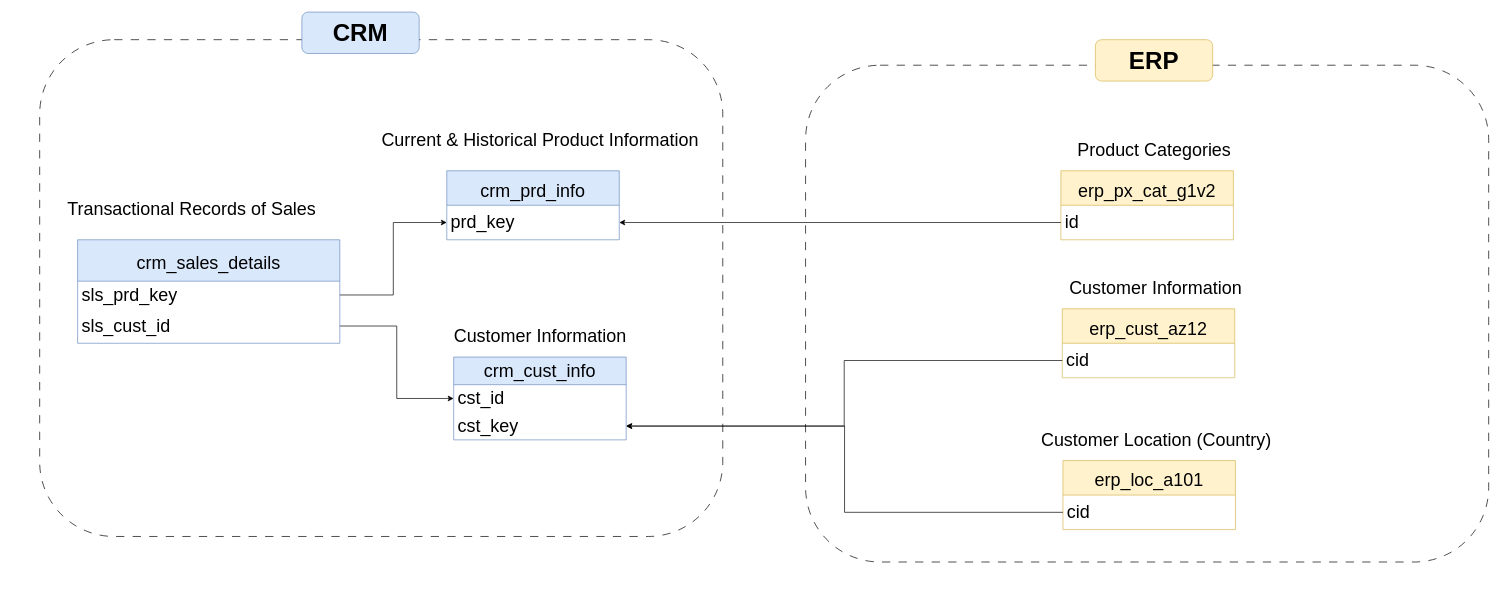
Above: documents/Integration_Model.drawio in DominicSamoes/data_warehouse (draw.io), before the change. Source tidied: cells renumbered, new cells numbered last; positions are measured from the earlier drawing's top-left corner, leaving out a move shared by most shapes. Both pictures are drawn from the tidied source at 69%, with x=0, y=0 at pixel (12, 12).
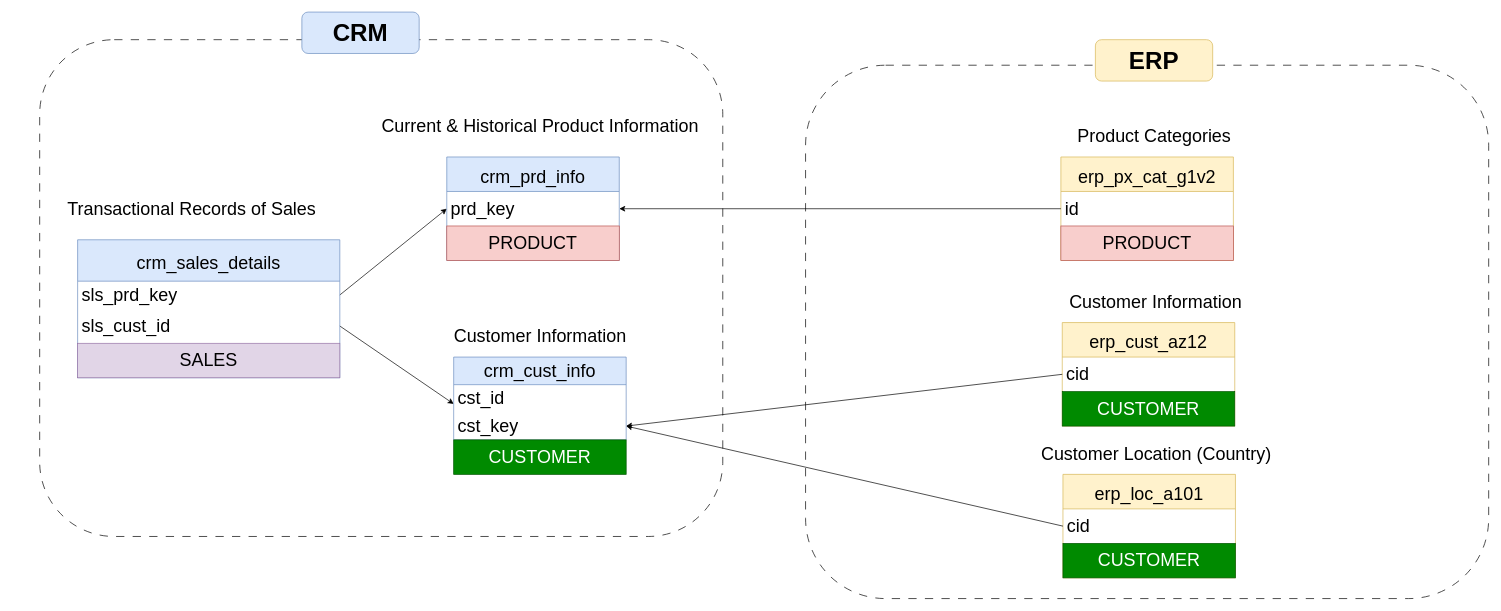
The same page after the edit.

Unchanged cells that the change refers to:
```xml
<mxCell id="6" style="group;" parent="1" vertex="1">
  <mxGeometry x="610" y="180" width="310" height="150" as="geometry" />
</mxCell>
<mxCell id="8" value="prd_key" style="text;strokeColor=none;fillColor=none;align=left;verticalAlign=middle;spacingLeft=4;spacingRight=4;overflow=hidden;points=[[0,0.5],[1,0.5]];portConstraint=eastwest;whiteSpace=wrap;html=1;fontSize=26;" parent="7" vertex="1">
  <mxGeometry y="50" width="250" height="50" as="geometry" />
</mxCell>
<mxCell id="12" value="cst_id" style="text;strokeColor=none;fillColor=none;align=left;verticalAlign=middle;spacingLeft=4;spacingRight=4;overflow=hidden;points=[[0,0.5],[1,0.5]];portConstraint=eastwest;whiteSpace=wrap;html=1;fontSize=26;" parent="11" vertex="1">
  <mxGeometry y="40" width="250" height="40" as="geometry" />
</mxCell>
<mxCell id="13" value="cst_key" style="text;strokeColor=none;fillColor=none;align=left;verticalAlign=middle;spacingLeft=4;spacingRight=4;overflow=hidden;points=[[0,0.5],[1,0.5]];portConstraint=eastwest;whiteSpace=wrap;html=1;fontSize=26;" parent="11" vertex="1">
  <mxGeometry y="80" width="250" height="40" as="geometry" />
</mxCell>
<mxCell id="15" style="group;" parent="1" vertex="1">
  <mxGeometry y="255" width="520" height="215" as="geometry" />
</mxCell>
<mxCell id="17" value="sls_prd_key" style="text;strokeColor=none;fillColor=none;align=left;verticalAlign=middle;spacingLeft=4;spacingRight=4;overflow=hidden;points=[[0,0.5],[1,0.5]];portConstraint=eastwest;whiteSpace=wrap;html=1;fontSize=26;" parent="16" vertex="1">
  <mxGeometry y="60" width="380" height="40" as="geometry" />
</mxCell>
<mxCell id="18" value="sls_cust_id" style="text;strokeColor=none;fillColor=none;align=left;verticalAlign=middle;spacingLeft=4;spacingRight=4;overflow=hidden;points=[[0,0.5],[1,0.5]];portConstraint=eastwest;whiteSpace=wrap;html=1;fontSize=26;" parent="16" vertex="1">
  <mxGeometry y="100" width="380" height="50" as="geometry" />
</mxCell>
<mxCell id="22" value="cid" style="text;strokeColor=none;fillColor=none;align=left;verticalAlign=middle;spacingLeft=4;spacingRight=4;overflow=hidden;points=[[0,0.5],[1,0.5]];portConstraint=eastwest;whiteSpace=wrap;html=1;fontSize=26;" parent="21" vertex="1">
  <mxGeometry y="50" width="250" height="50" as="geometry" />
</mxCell>
<mxCell id="25" style="group;" parent="1" vertex="1">
  <mxGeometry x="1503" y="600" width="310" height="150" as="geometry" />
</mxCell>
<mxCell id="27" value="cid" style="text;strokeColor=none;fillColor=none;align=left;verticalAlign=middle;spacingLeft=4;spacingRight=4;overflow=hidden;points=[[0,0.5],[1,0.5]];portConstraint=eastwest;whiteSpace=wrap;html=1;fontSize=26;" parent="26" vertex="1">
  <mxGeometry y="50" width="250" height="50" as="geometry" />
</mxCell>
```

What changed in the source:
```diff
@@
     <mxCell id="3" style="rounded=1;whiteSpace=wrap;html=1;fillColor=none;dashed=1;dashPattern=12 12;" parent="1" vertex="1">
-      <mxGeometry x="1150" y="77" width="990" height="720" as="geometry" />
+      <mxGeometry x="1150" y="77" width="990" height="773" as="geometry" />
     </mxCell>
-    <mxCell id="4" style="edgeStyle=orthogonalEdgeStyle;html=1;entryX=0;entryY=0.5;entryDx=0;entryDy=0;exitX=1;exitY=0.5;exitDx=0;exitDy=0;rounded=0;curved=0;" parent="1" edge="1" source="18" target="12">
+    <mxCell id="4" style="html=1;entryX=0;entryY=0.697;entryDx=0;entryDy=0;exitX=1;exitY=0.5;exitDx=0;exitDy=0;rounded=0;entryPerimeter=0;" parent="1" edge="1" source="18" target="12">
       <mxGeometry relative="1" as="geometry" />
     </mxCell>
-    <mxCell id="5" style="edgeStyle=orthogonalEdgeStyle;html=1;entryX=0;entryY=0.5;entryDx=0;entryDy=0;exitX=1;exitY=0.5;exitDx=0;exitDy=0;rounded=0;curved=0;" parent="1" edge="1" source="17" target="8">
+    <mxCell id="5" style="html=1;entryX=0;entryY=0.5;entryDx=0;entryDy=0;exitX=1;exitY=0.5;exitDx=0;exitDy=0;rounded=0;" parent="1" edge="1" source="17" target="8">
       <mxGeometry relative="1" as="geometry" />
     </mxCell>
@@
     <mxCell id="7" value="&lt;font style=&quot;font-size: 26px;&quot;&gt;crm_prd_info&lt;/font&gt;" style="swimlane;fontStyle=0;horizontal=1;startSize=50;whiteSpace=wrap;html=1;fillColor=#dae8fc;strokeColor=#6c8ebf;fontSize=36;" parent="6" vertex="1">
-      <mxGeometry x="20" y="50" width="250" height="100" as="geometry" />
+      <mxGeometry x="20" y="30" width="250" height="150" as="geometry" />
     </mxCell>
@@
+    <mxCell id="37" value="PRODUCT" style="text;strokeColor=#b85450;fillColor=#f8cecc;align=center;verticalAlign=middle;spacingLeft=4;spacingRight=4;overflow=hidden;whiteSpace=wrap;html=1;fontSize=26;" parent="7" vertex="1">
+      <mxGeometry y="100" width="250" height="50" as="geometry" />
+    </mxCell>
     <mxCell id="9" value="&lt;span style=&quot;font-weight: normal;&quot;&gt;&lt;font style=&quot;font-size: 26px;&quot;&gt;Current &amp;amp; Historical Product Information&lt;/font&gt;&lt;/span&gt;&lt;div&gt;&lt;span style=&quot;font-weight: normal;&quot;&gt;&lt;br&gt;&lt;/span&gt;&lt;/div&gt;" style="text;strokeColor=none;fillColor=none;html=1;fontSize=24;fontStyle=1;verticalAlign=middle;align=center;" parent="6" vertex="1">
-      <mxGeometry width="310" height="40" as="geometry" />
+      <mxGeometry y="-20" width="310" height="40" as="geometry" />
     </mxCell>
@@
     <mxCell id="16" value="&lt;font style=&quot;font-size: 26px;&quot;&gt;crm_sales_details&lt;/font&gt;" style="swimlane;fontStyle=0;horizontal=1;startSize=60;whiteSpace=wrap;html=1;fillColor=#dae8fc;strokeColor=#6c8ebf;fontSize=36;" parent="15" vertex="1">
-      <mxGeometry x="95" y="75" width="380" height="150" as="geometry" />
+      <mxGeometry x="95" y="75" width="380" height="200" as="geometry" />
     </mxCell>
@@
+    <mxCell id="38" value="SALES" style="text;strokeColor=#9673a6;fillColor=#e1d5e7;align=center;verticalAlign=middle;spacingLeft=4;spacingRight=4;overflow=hidden;whiteSpace=wrap;html=1;fontSize=26;" parent="16" vertex="1">
+      <mxGeometry y="150" width="380" height="50" as="geometry" />
+    </mxCell>
@@
     <mxCell id="20" style="group;" parent="1" vertex="1">
-      <mxGeometry x="1502" y="380" width="310" height="150" as="geometry" />
+      <mxGeometry x="1502" y="400" width="310" height="150" as="geometry" />
     </mxCell>
     <mxCell id="21" value="&lt;font style=&quot;font-size: 26px;&quot;&gt;erp_cust_az12&lt;/font&gt;" style="swimlane;fontStyle=0;horizontal=1;startSize=50;whiteSpace=wrap;html=1;fillColor=#fff2cc;strokeColor=#d6b656;fontSize=36;" parent="20" vertex="1">
-      <mxGeometry x="20" y="50" width="250" height="100" as="geometry" />
+      <mxGeometry x="20" y="50" width="250" height="150" as="geometry" />
     </mxCell>
@@
+    <mxCell id="39" value="&lt;span style=&quot;color: rgb(255, 255, 255);&quot;&gt;CUSTOMER&lt;/span&gt;" style="text;strokeColor=#005700;fillColor=#008a00;align=center;verticalAlign=middle;spacingLeft=4;spacingRight=4;overflow=hidden;whiteSpace=wrap;html=1;fontSize=26;fontColor=#ffffff;" parent="21" vertex="1">
+      <mxGeometry y="100" width="250" height="50" as="geometry" />
+    </mxCell>
@@
-    <mxCell id="24" style="edgeStyle=orthogonalEdgeStyle;html=1;entryX=0;entryY=0.5;entryDx=0;entryDy=0;exitX=1;exitY=0.5;exitDx=0;exitDy=0;rounded=0;startArrow=classic;startFill=1;endArrow=none;endFill=0;" parent="1" edge="1" source="13" target="22">
+    <mxCell id="24" style="html=1;entryX=0;entryY=0.5;entryDx=0;entryDy=0;exitX=1;exitY=0.5;exitDx=0;exitDy=0;rounded=0;startArrow=classic;startFill=1;endArrow=none;endFill=0;" parent="1" edge="1" source="13" target="22">
       <mxGeometry relative="1" as="geometry" />
     </mxCell>
@@
     <mxCell id="26" value="&lt;font style=&quot;font-size: 26px;&quot;&gt;erp_loc_a101&lt;/font&gt;" style="swimlane;fontStyle=0;horizontal=1;startSize=50;whiteSpace=wrap;html=1;fillColor=#fff2cc;strokeColor=#d6b656;fontSize=36;" parent="25" vertex="1">
-      <mxGeometry x="20" y="50" width="250" height="100" as="geometry" />
+      <mxGeometry x="20" y="70" width="250" height="150" as="geometry" />
     </mxCell>
@@
+    <mxCell id="40" value="&lt;span style=&quot;color: rgb(255, 255, 255);&quot;&gt;CUSTOMER&lt;/span&gt;" style="text;strokeColor=#005700;fillColor=#008a00;align=center;verticalAlign=middle;spacingLeft=4;spacingRight=4;overflow=hidden;whiteSpace=wrap;html=1;fontSize=26;fontColor=#ffffff;" parent="26" vertex="1">
+      <mxGeometry y="100" width="250" height="50" as="geometry" />
+    </mxCell>
     <mxCell id="28" value="&lt;div&gt;&lt;span style=&quot;font-weight: normal; font-size: 26px;&quot;&gt;Customer Location (Country)&lt;/span&gt;&lt;/div&gt;" style="text;strokeColor=none;fillColor=none;html=1;fontSize=24;fontStyle=1;verticalAlign=middle;align=center;" parent="25" vertex="1">
-      <mxGeometry width="310" height="40" as="geometry" />
+      <mxGeometry y="20" width="310" height="40" as="geometry" />
     </mxCell>
-    <mxCell id="29" style="edgeStyle=orthogonalEdgeStyle;html=1;entryX=1;entryY=0.5;entryDx=0;entryDy=0;exitX=0;exitY=0.5;exitDx=0;exitDy=0;rounded=0;curved=0;" parent="1" edge="1" source="27" target="13">
-      <mxGeometry relative="1" as="geometry" />
+    <mxCell id="29" style="edgeStyle=orthogonalEdgeStyle;html=1;entryX=1;entryY=0.5;entryDx=0;entryDy=0;exitX=0;exitY=0.5;exitDx=0;exitDy=0;rounded=0;curved=0;strokeColor=none;" parent="1" edge="1" source="27" target="13">
+      <mxGeometry relative="1" as="geometry">
+        <Array as="points">
+          <mxPoint x="1200" y="745" />
+          <mxPoint x="1200" y="600" />
+        </Array>
+      </mxGeometry>
     </mxCell>
     <mxCell id="30" style="group;" parent="1" vertex="1">
-      <mxGeometry x="1500" y="180" width="310" height="150" as="geometry" />
+      <mxGeometry x="1500" y="160" width="310" height="150" as="geometry" />
     </mxCell>
     <mxCell id="31" value="&lt;font style=&quot;font-size: 26px;&quot;&gt;erp_px_cat_g1v2&lt;/font&gt;" style="swimlane;fontStyle=0;horizontal=1;startSize=50;whiteSpace=wrap;html=1;fillColor=#fff2cc;strokeColor=#d6b656;fontSize=36;" parent="30" vertex="1">
-      <mxGeometry x="20" y="50" width="250" height="100" as="geometry" />
+      <mxGeometry x="20" y="50" width="250" height="150" as="geometry" />
     </mxCell>
@@
+    <mxCell id="41" value="PRODUCT" style="text;strokeColor=#b85450;fillColor=#f8cecc;align=center;verticalAlign=middle;spacingLeft=4;spacingRight=4;overflow=hidden;whiteSpace=wrap;html=1;fontSize=26;" parent="31" vertex="1">
+      <mxGeometry y="100" width="250" height="50" as="geometry" />
+    </mxCell>
@@
+    <mxCell id="42" value="CUSTOMER" style="text;strokeColor=#005700;fillColor=#008a00;align=center;verticalAlign=middle;spacingLeft=4;spacingRight=4;overflow=hidden;whiteSpace=wrap;html=1;fontSize=26;fontColor=#ffffff;" parent="1" vertex="1">
+      <mxGeometry x="640" y="620" width="250" height="50" as="geometry" />
+    </mxCell>
+    <mxCell id="43" style="edgeStyle=none;html=1;entryX=1;entryY=0.5;entryDx=0;entryDy=0;exitX=0;exitY=0.5;exitDx=0;exitDy=0;" parent="1" edge="1" source="27" target="13">
+      <mxGeometry relative="1" as="geometry" />
+    </mxCell>
```
